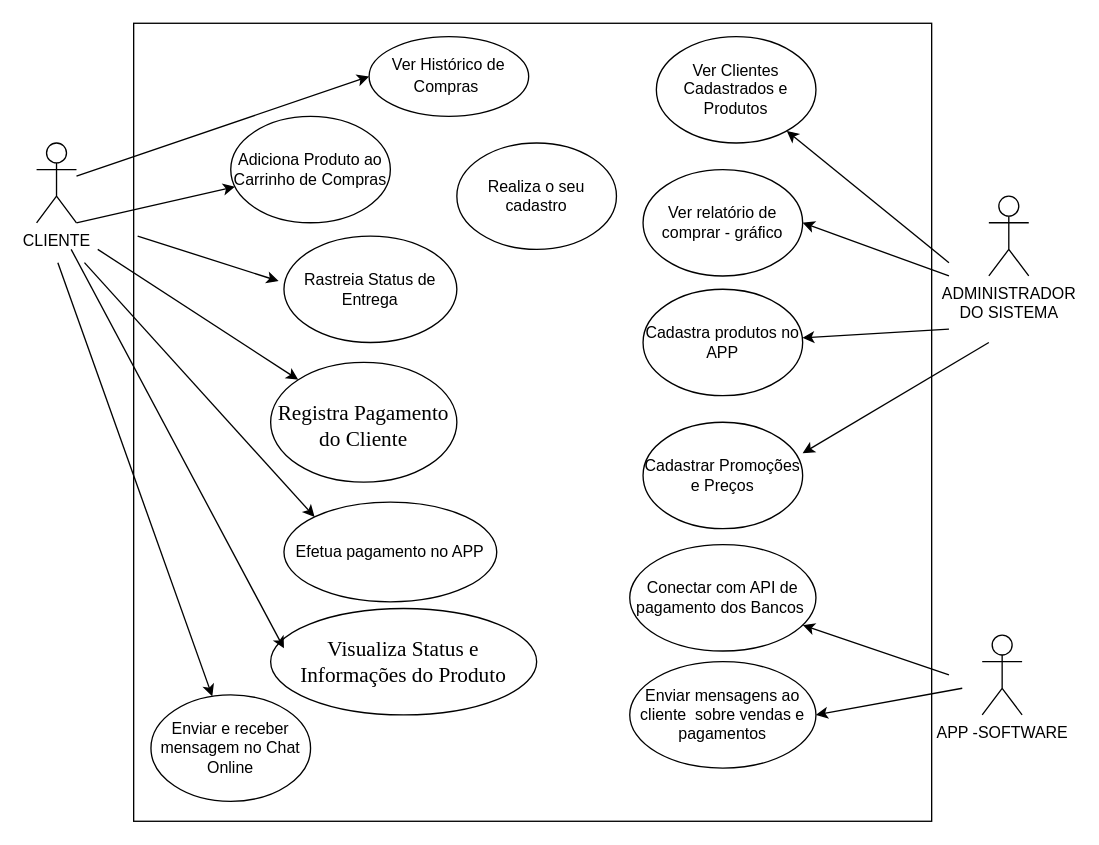
Before: Diagrama sem nome.drawio in Lanylldo/CadAluno, a draw.io diagram. Source tidied: cells renumbered, new cells numbered last; positions are measured from the earlier drawing's top-left corner, leaving out a move shared by most shapes. Both pictures are drawn from the tidied source at 133%, with x=0, y=0 at pixel (36, 23).
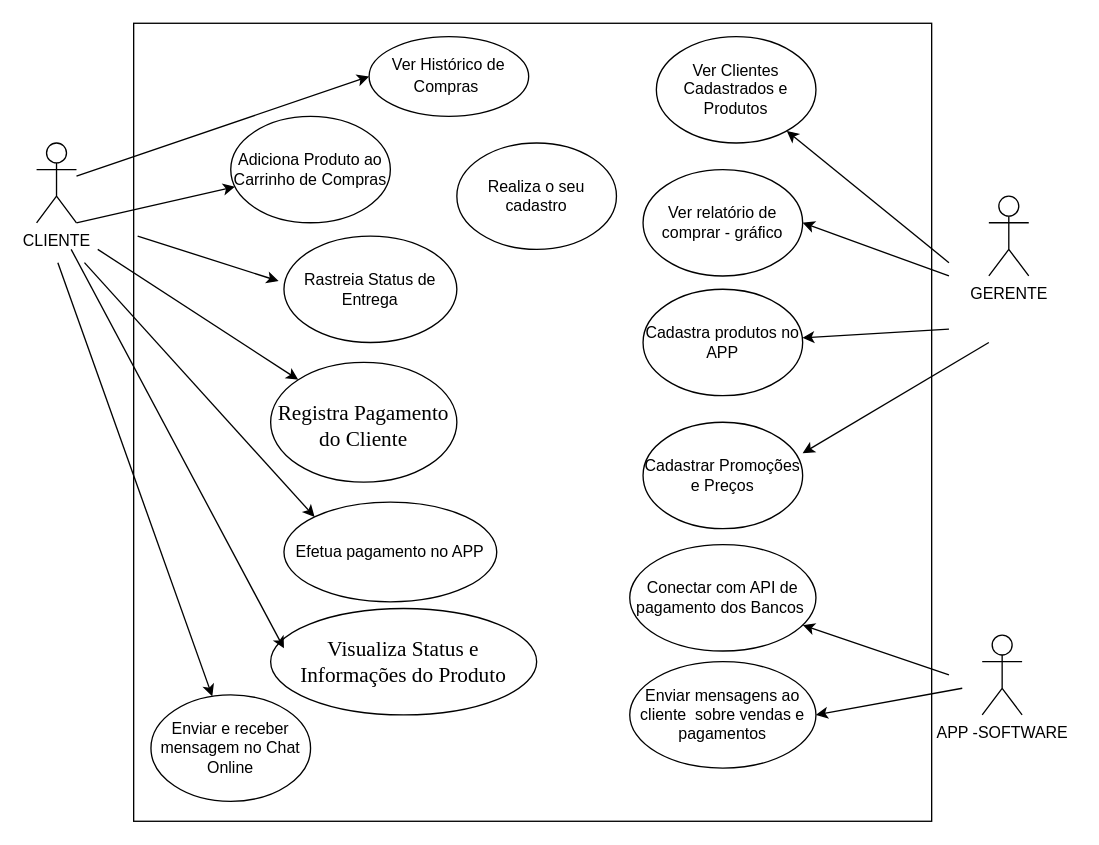
After the change.

Change to the diagram source:
```diff
@@
-    <mxCell id="3" value="ADMINISTRADOR &lt;br&gt;DO SISTEMA" style="shape=umlActor;verticalLabelPosition=bottom;verticalAlign=top;html=1;" parent="1" vertex="1">
+    <mxCell id="3" value="GERENTE" style="shape=umlActor;verticalLabelPosition=bottom;verticalAlign=top;html=1;" parent="1" vertex="1">
       <mxGeometry x="716" y="130" width="30" height="60" as="geometry" />
     </mxCell>
```
